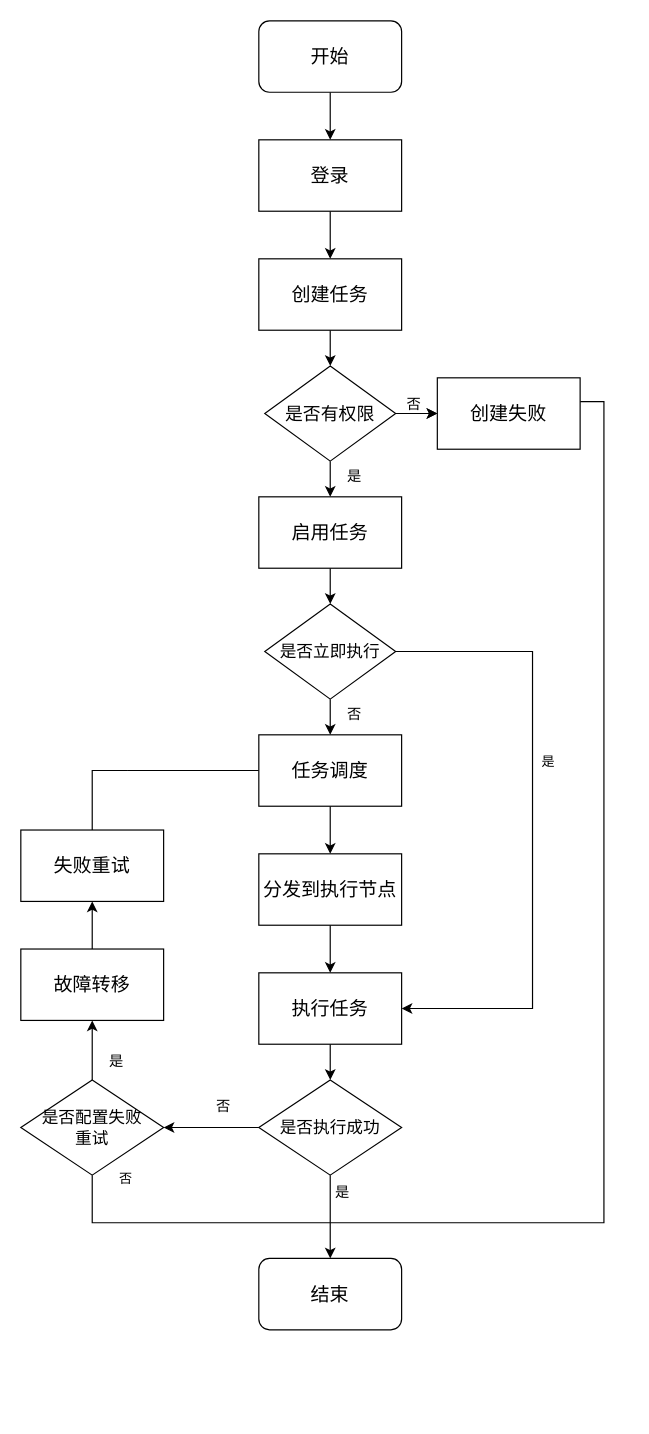
This is 系统流程图.drawio from tianshengdiwangK/common, a draw.io file, before an edit. Source tidied: cells renumbered, new cells numbered last; positions are measured from the earlier drawing's top-left corner, leaving out a move shared by most shapes. Both pictures are drawn from the tidied source at 119%, with x=0, y=0 at pixel (20, 20).
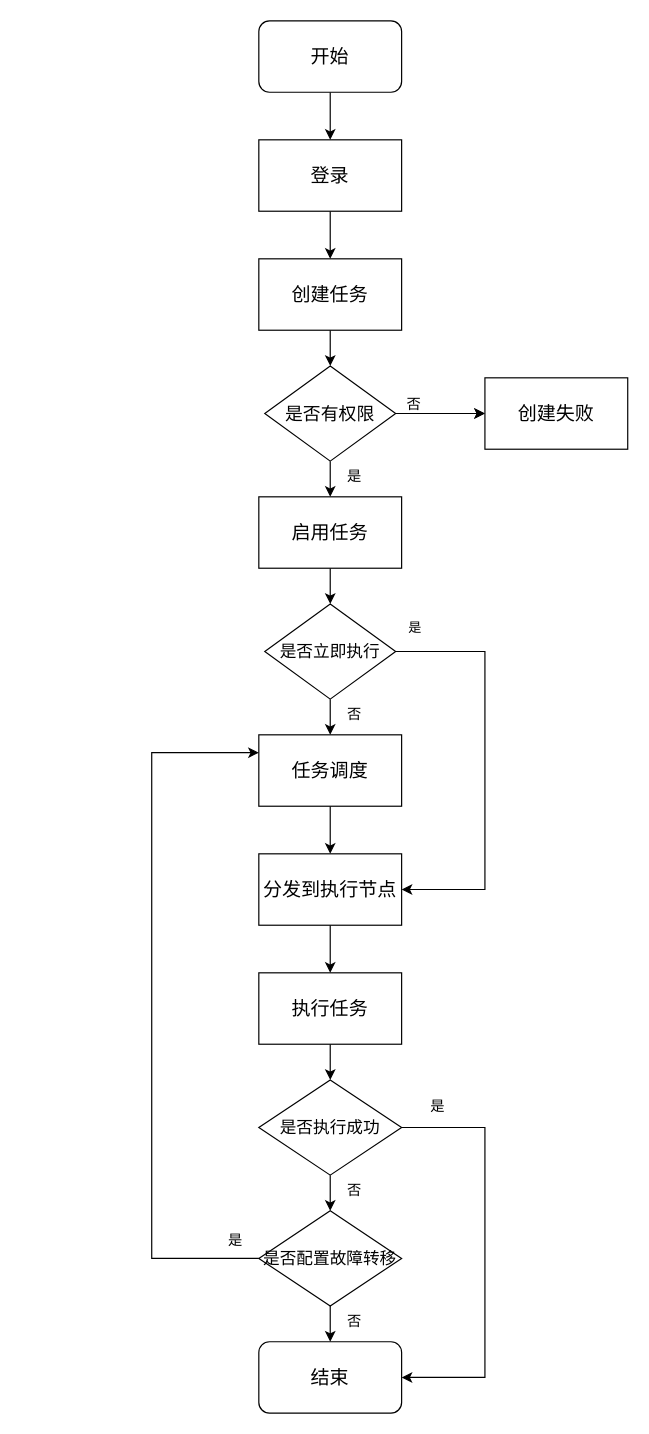
After the change.

Commit message:
更新系统流程图.drawio

Unchanged cells that the change refers to:
```xml
<mxCell id="19" value="&lt;font style=&quot;font-size: 14px;&quot;&gt;是否立即执行&lt;/font&gt;" style="rhombus;whiteSpace=wrap;html=1;" parent="1" vertex="1">
  <mxGeometry x="205" y="490" width="110" height="80" as="geometry" />
</mxCell>
<mxCell id="22" value="&lt;font style=&quot;font-size: 16px;&quot;&gt;任务调度&lt;/font&gt;" style="rounded=0;whiteSpace=wrap;html=1;" parent="1" vertex="1">
  <mxGeometry x="200" y="600" width="120" height="60" as="geometry" />
</mxCell>
<mxCell id="24" value="&lt;font style=&quot;font-size: 16px;&quot;&gt;分发到执行节点&lt;/font&gt;" style="rounded=0;whiteSpace=wrap;html=1;" parent="1" vertex="1">
  <mxGeometry x="200" y="700" width="120" height="60" as="geometry" />
</mxCell>
<mxCell id="26" value="&lt;font style=&quot;font-size: 16px;&quot;&gt;执行任务&lt;/font&gt;" style="rounded=0;whiteSpace=wrap;html=1;" parent="1" vertex="1">
  <mxGeometry x="200" y="800" width="120" height="60" as="geometry" />
</mxCell>
<mxCell id="32" value="&lt;font style=&quot;font-size: 14px;&quot;&gt;是否执行成功&lt;/font&gt;" style="rhombus;whiteSpace=wrap;html=1;" parent="1" vertex="1">
  <mxGeometry x="200" y="890" width="120" height="80" as="geometry" />
</mxCell>
```

Diff of the diagram source:
```diff
@@
-    <mxCell id="12" style="edgeStyle=orthogonalEdgeStyle;rounded=0;orthogonalLoop=1;jettySize=auto;html=1;endArrow=none;endFill=0;" parent="1" edge="1">
-      <mxGeometry relative="1" as="geometry">
-        <mxPoint x="470" y="320" as="sourcePoint" />
-        <mxPoint x="260" y="1010" as="targetPoint" />
-        <Array as="points">
-          <mxPoint x="490" y="320" />
-          <mxPoint x="490" y="1010" />
-          <mxPoint x="280" y="1010" />
-        </Array>
-      </mxGeometry>
-    </mxCell>
     <mxCell id="13" value="&lt;font style=&quot;font-size: 16px;&quot;&gt;创建失败&lt;/font&gt;" style="rounded=0;whiteSpace=wrap;html=1;" parent="1" vertex="1">
-      <mxGeometry x="350" y="300" width="120" height="60" as="geometry" />
+      <mxGeometry x="390" y="300" width="120" height="60" as="geometry" />
     </mxCell>
@@
-    <mxCell id="17" style="edgeStyle=orthogonalEdgeStyle;rounded=0;jettySize=auto;html=1;entryX=1;entryY=0.5;entryDx=0;entryDy=0;exitX=1;exitY=0.5;exitDx=0;exitDy=0;" parent="1" edge="1" source="19" target="26">
+    <mxCell id="17" style="edgeStyle=orthogonalEdgeStyle;rounded=0;jettySize=auto;html=1;entryX=1;entryY=0.5;entryDx=0;entryDy=0;exitX=1;exitY=0.5;exitDx=0;exitDy=0;" parent="1" edge="1" source="19" target="24">
       <mxGeometry relative="1" as="geometry">
         <Array as="points">
-          <mxPoint x="430" y="530" />
-          <mxPoint x="430" y="830" />
+          <mxPoint x="390" y="530" />
+          <mxPoint x="390" y="730" />
         </Array>
       </mxGeometry>
     </mxCell>
     <mxCell id="18" value="是" style="edgeLabel;html=1;align=center;verticalAlign=middle;" parent="17" vertex="1">
-      <mxGeometry x="-0.21" y="12" relative="1" as="geometry" />
+      <mxGeometry x="-0.21" y="12" relative="1" as="geometry">
+        <mxPoint x="-72" y="-82" as="offset" />
+      </mxGeometry>
     </mxCell>
@@
-    <mxCell id="21" style="edgeStyle=orthogonalEdgeStyle;rounded=0;jettySize=auto;html=1;startArrow=none;startFill=0;endArrow=none;endFill=0;" parent="1" edge="1" source="22">
-      <mxGeometry relative="1" as="geometry">
-        <mxPoint x="90" y="630" as="targetPoint" />
-      </mxGeometry>
-    </mxCell>
@@
-    <mxCell id="30" style="edgeStyle=orthogonalEdgeStyle;rounded=0;jettySize=auto;html=1;" parent="1" edge="1" source="32">
-      <mxGeometry relative="1" as="geometry">
-        <mxPoint x="120" y="930" as="targetPoint" />
-      </mxGeometry>
-    </mxCell>
-    <mxCell id="31" style="edgeStyle=orthogonalEdgeStyle;rounded=0;jettySize=auto;html=1;" parent="1" edge="1" source="32" target="33">
-      <mxGeometry relative="1" as="geometry" />
+    <mxCell id="31" style="edgeStyle=orthogonalEdgeStyle;rounded=0;jettySize=auto;html=1;entryX=1;entryY=0.5;entryDx=0;entryDy=0;exitX=1;exitY=0.5;exitDx=0;exitDy=0;" parent="1" edge="1" source="32" target="33">
+      <mxGeometry relative="1" as="geometry">
+        <Array as="points">
+          <mxPoint x="390" y="930" />
+          <mxPoint x="390" y="1140" />
+        </Array>
+      </mxGeometry>
     </mxCell>
+    <mxCell id="45" style="edgeStyle=orthogonalEdgeStyle;rounded=0;jettySize=auto;html=1;" parent="1" edge="1" source="32" target="37">
+      <mxGeometry relative="1" as="geometry" />
+    </mxCell>
@@
     <mxCell id="33" value="&lt;font style=&quot;font-size: 16px;&quot;&gt;结束&lt;/font&gt;" style="rounded=1;whiteSpace=wrap;html=1;" parent="1" vertex="1">
-      <mxGeometry x="200" y="1040" width="120" height="60" as="geometry" />
+      <mxGeometry x="200" y="1110" width="120" height="60" as="geometry" />
     </mxCell>
-    <mxCell id="34" style="edgeStyle=orthogonalEdgeStyle;rounded=0;jettySize=auto;html=1;exitX=0.5;exitY=1;exitDx=0;exitDy=0;endArrow=none;endFill=0;" parent="1" edge="1" source="37">
-      <mxGeometry relative="1" as="geometry">
-        <mxPoint x="260" y="1010" as="targetPoint" />
-        <Array as="points">
-          <mxPoint x="60" y="1010" />
-          <mxPoint x="251" y="1010" />
-        </Array>
-      </mxGeometry>
-    </mxCell>
-    <mxCell id="35" value="否" style="edgeLabel;html=1;align=center;verticalAlign=middle;" parent="34" vertex="1">
-      <mxGeometry x="-0.47" y="7" relative="1" as="geometry">
-        <mxPoint x="3" y="-31" as="offset" />
-      </mxGeometry>
-    </mxCell>
-    <mxCell id="36" style="edgeStyle=orthogonalEdgeStyle;rounded=0;jettySize=auto;html=1;entryX=0.5;entryY=1;entryDx=0;entryDy=0;" parent="1" edge="1" source="37" target="41">
-      <mxGeometry relative="1" as="geometry" />
+    <mxCell id="36" style="edgeStyle=orthogonalEdgeStyle;rounded=0;jettySize=auto;html=1;entryX=0;entryY=0.25;entryDx=0;entryDy=0;" parent="1" edge="1" source="37" target="22">
+      <mxGeometry relative="1" as="geometry">
+        <Array as="points">
+          <mxPoint x="110" y="1040" />
+          <mxPoint x="110" y="615" />
+        </Array>
+      </mxGeometry>
     </mxCell>
+    <mxCell id="46" style="edgeStyle=orthogonalEdgeStyle;rounded=0;jettySize=auto;html=1;" parent="1" edge="1" source="37" target="33">
+      <mxGeometry relative="1" as="geometry" />
+    </mxCell>
-    <mxCell id="37" value="&lt;font style=&quot;font-size: 14px;&quot;&gt;是否配置失败&lt;br&gt;重试&lt;/font&gt;" style="rhombus;whiteSpace=wrap;html=1;" parent="1" vertex="1">
-      <mxGeometry y="890" width="120" height="80" as="geometry" />
+    <mxCell id="37" value="&lt;font style=&quot;font-size: 14px;&quot;&gt;是否配置故障转移&lt;br&gt;&lt;/font&gt;" style="rhombus;whiteSpace=wrap;html=1;" parent="1" vertex="1">
+      <mxGeometry x="200" y="1000" width="120" height="80" as="geometry" />
     </mxCell>
-    <mxCell id="38" style="edgeStyle=orthogonalEdgeStyle;rounded=0;jettySize=auto;html=1;endArrow=none;endFill=0;startArrow=classic;startFill=1;" parent="1" edge="1" source="40" target="41">
-      <mxGeometry relative="1" as="geometry" />
-    </mxCell>
-    <mxCell id="39" style="edgeStyle=orthogonalEdgeStyle;rounded=0;jettySize=auto;html=1;endArrow=none;endFill=0;" parent="1" edge="1" source="40">
-      <mxGeometry relative="1" as="geometry">
-        <mxPoint x="90" y="630" as="targetPoint" />
-        <Array as="points">
-          <mxPoint x="60" y="630" />
-        </Array>
-      </mxGeometry>
-    </mxCell>
-    <mxCell id="40" value="&lt;font style=&quot;font-size: 16px;&quot;&gt;失败重试&lt;/font&gt;" style="whiteSpace=wrap;html=1;" parent="1" vertex="1">
-      <mxGeometry y="680" width="120" height="60" as="geometry" />
-    </mxCell>
-    <mxCell id="41" value="&lt;font style=&quot;font-size: 16px;&quot;&gt;故障转移&lt;/font&gt;" style="whiteSpace=wrap;html=1;" parent="1" vertex="1">
-      <mxGeometry y="780" width="120" height="60" as="geometry" />
-    </mxCell>
-    <mxCell id="42" value="否" style="text;html=1;align=center;verticalAlign=middle;strokeColor=none;fillColor=none;" parent="1" vertex="1">
-      <mxGeometry x="150" y="898" width="40" height="30" as="geometry" />
-    </mxCell>
+    <mxCell id="44" value="是" style="text;html=1;align=center;verticalAlign=middle;strokeColor=none;fillColor=none;" parent="1" vertex="1">
+      <mxGeometry x="160" y="1010" width="40" height="30" as="geometry" />
+    </mxCell>
     <mxCell id="43" value="是" style="text;html=1;align=center;verticalAlign=middle;strokeColor=none;fillColor=none;" parent="1" vertex="1">
-      <mxGeometry x="250" y="970" width="40" height="30" as="geometry" />
+      <mxGeometry x="330" y="898" width="40" height="30" as="geometry" />
     </mxCell>
-    <mxCell id="44" value="是" style="text;html=1;align=center;verticalAlign=middle;strokeColor=none;fillColor=none;" parent="1" vertex="1">
-      <mxGeometry x="60" y="860" width="40" height="30" as="geometry" />
-    </mxCell>
+    <mxCell id="47" value="否" style="text;html=1;align=center;verticalAlign=middle;strokeColor=none;fillColor=none;" parent="1" vertex="1">
+      <mxGeometry x="260" y="968" width="40" height="30" as="geometry" />
+    </mxCell>
+    <mxCell id="48" value="否" style="text;html=1;align=center;verticalAlign=middle;strokeColor=none;fillColor=none;" parent="1" vertex="1">
+      <mxGeometry x="260" y="1078" width="40" height="30" as="geometry" />
+    </mxCell>
```
